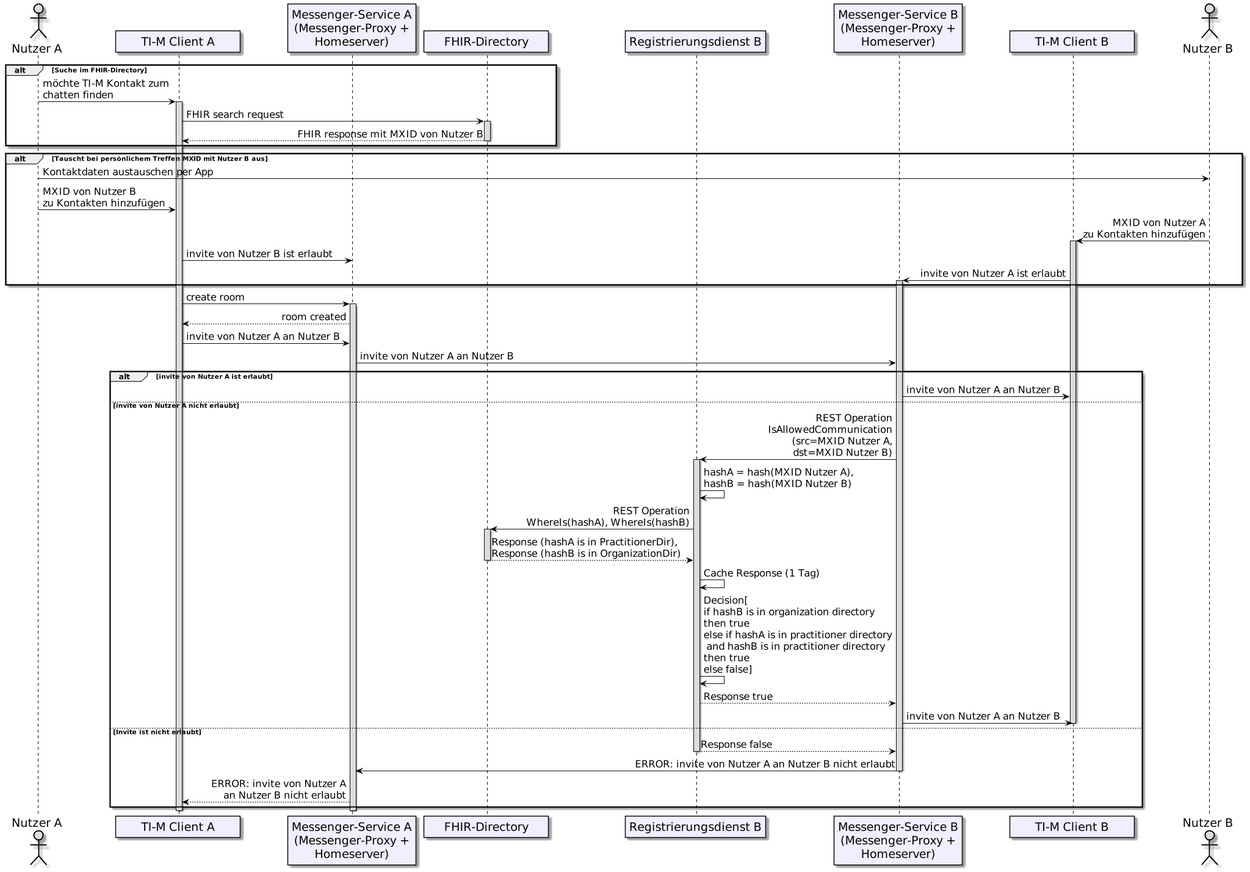
Above: images/diagrams/architecture/Communication_control_without_PASSporT.png in gematik/api-ti-messenger (PlantUML), before the change.
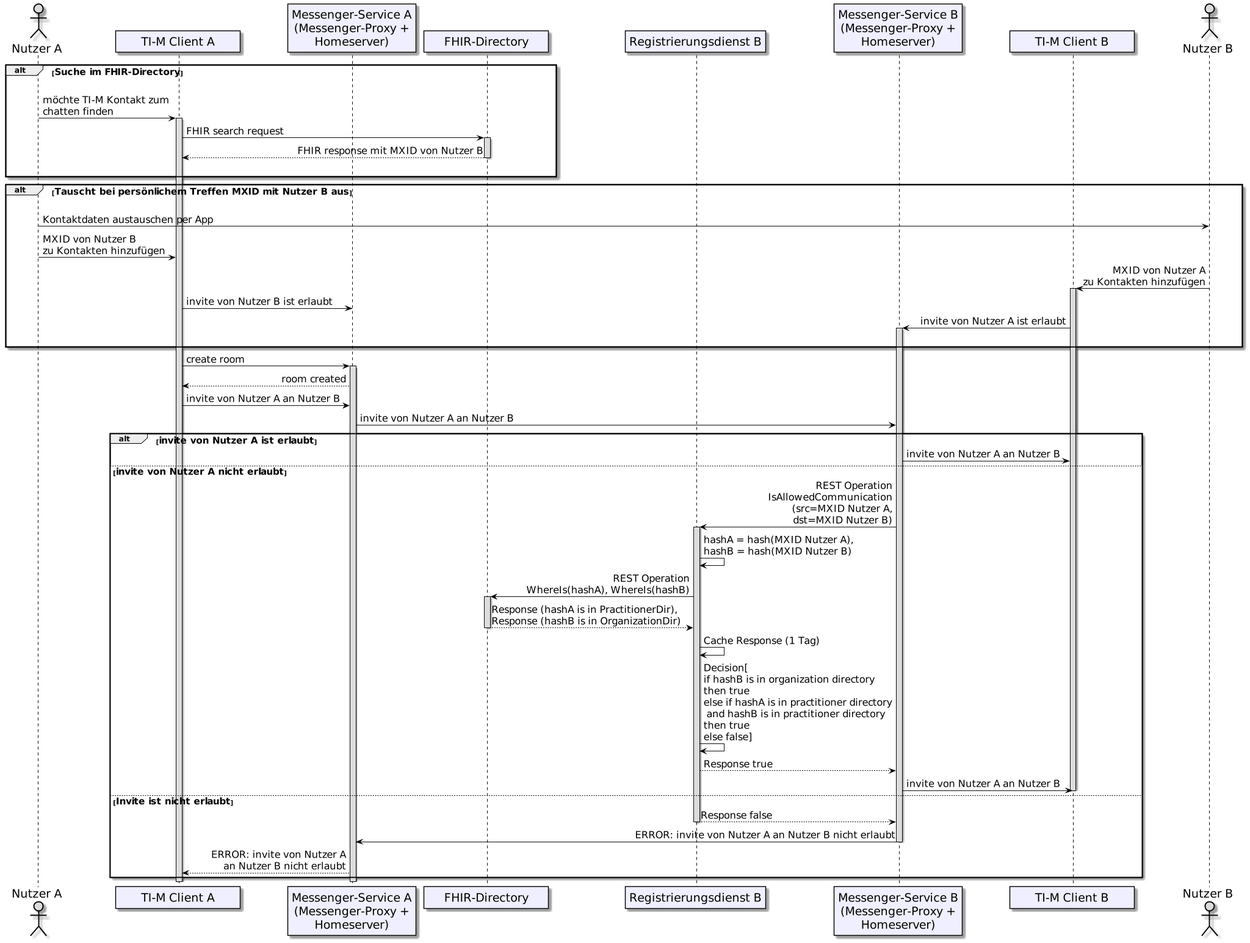
The same file after the commit.

Commit message:
Commit from GitHub Actions (GeneratePlantumlImages)

Diff of the diagram source:
```diff
@@ -35,21 +35,25 @@
 participant clb as "TI-M Client B"
 actor b as "Nutzer B"
 
-alt Suche im FHIR-Directory
+alt <size:16>Suche im FHIR-Directory</size>
+|||
 a -> cl: möchte TI-M Kontakt zum\nchatten finden
 activate cl
 cl -> fd: FHIR search request
 activate fd
 fd --> cl: FHIR response mit MXID von Nutzer B
 deactivate fd
+|||
 end
-alt Tauscht bei persönlichem Treffen MXID mit Nutzer B aus
+alt <size:16>Tauscht bei persönlichem Treffen MXID mit Nutzer B aus</size>
+|||
 a -> b: Kontaktdaten austauschen per App
 a -> cl: MXID von Nutzer B\nzu Kontakten hinzufügen
 b -> clb: MXID von Nutzer A\nzu Kontakten hinzufügen
 activate clb
 cl -> mp: invite von Nutzer B ist erlaubt
 clb -> mpb: invite von Nutzer A ist erlaubt
+|||
 activate mpb
 end
 cl -> mp: create room
@@ -58,9 +62,9 @@
 
 cl -> mp: invite von Nutzer A an Nutzer B
 mp -> mpb: invite von Nutzer A an Nutzer B
-alt invite von Nutzer A ist erlaubt
+alt <size:16>invite von Nutzer A ist erlaubt</size>
 mpb -> clb: invite von Nutzer A an Nutzer B
-else invite von Nutzer A nicht erlaubt
+else <size:16>invite von Nutzer A nicht erlaubt</size>
 mpb -> rdb: REST Operation\nIsAllowedCommunication\n(src=MXID Nutzer A,\n dst=MXID Nutzer B)
 activate rdb
 rdb -> rdb: hashA = hash(MXID Nutzer A),\nhashB = hash(MXID Nutzer B)
@@ -73,7 +77,7 @@
 rdb --> mpb: Response true
 mpb -> clb: invite von Nutzer A an Nutzer B
 deactivate clb
-else Invite ist nicht erlaubt
+else <size:16>Invite ist nicht erlaubt</size>
 rdb --> mpb: Response false
 deactivate rdb
 mpb -> mp: ERROR: invite von Nutzer A an Nutzer B nicht erlaubt
```
